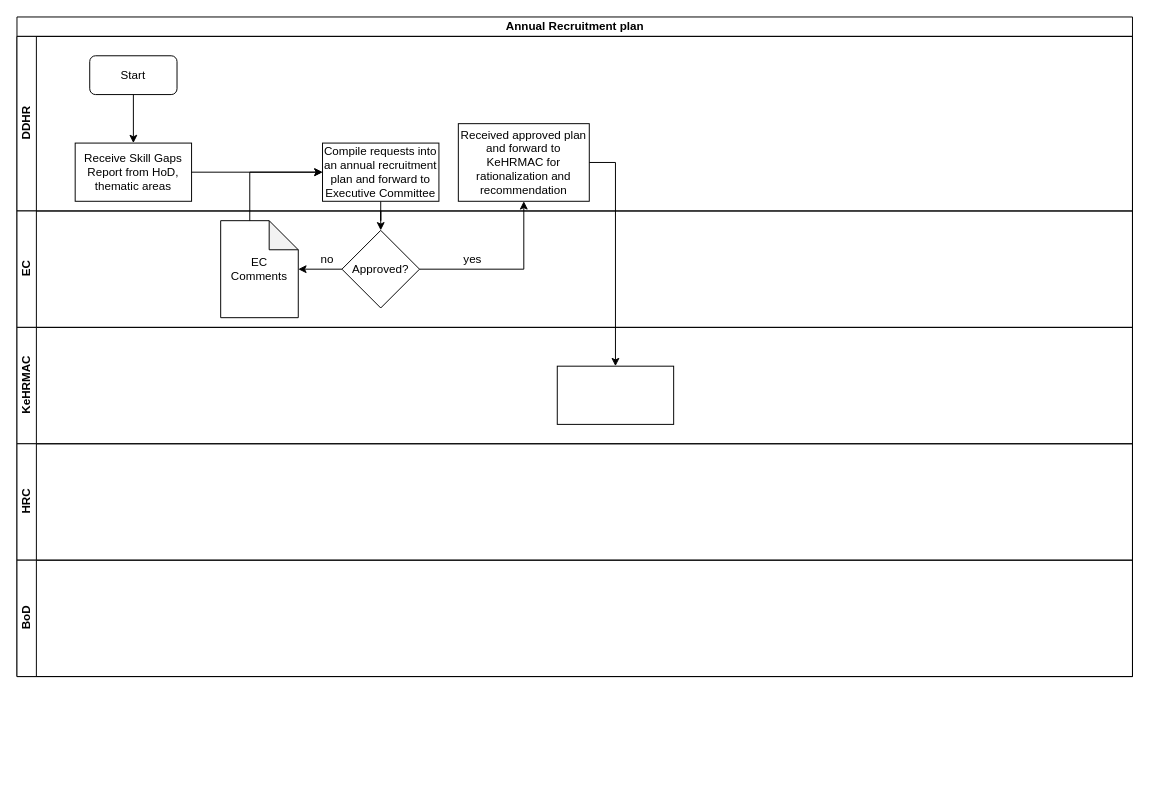
Before: KEFRI - Annual Recruitment Plan.drawio in kmagua/flowcharts, a draw.io diagram. Source tidied: cells renumbered, new cells numbered last; positions are measured from the earlier drawing's top-left corner, leaving out a move shared by most shapes. Both pictures are drawn from the tidied source at 97%, with x=0, y=0 at pixel (16, 16).
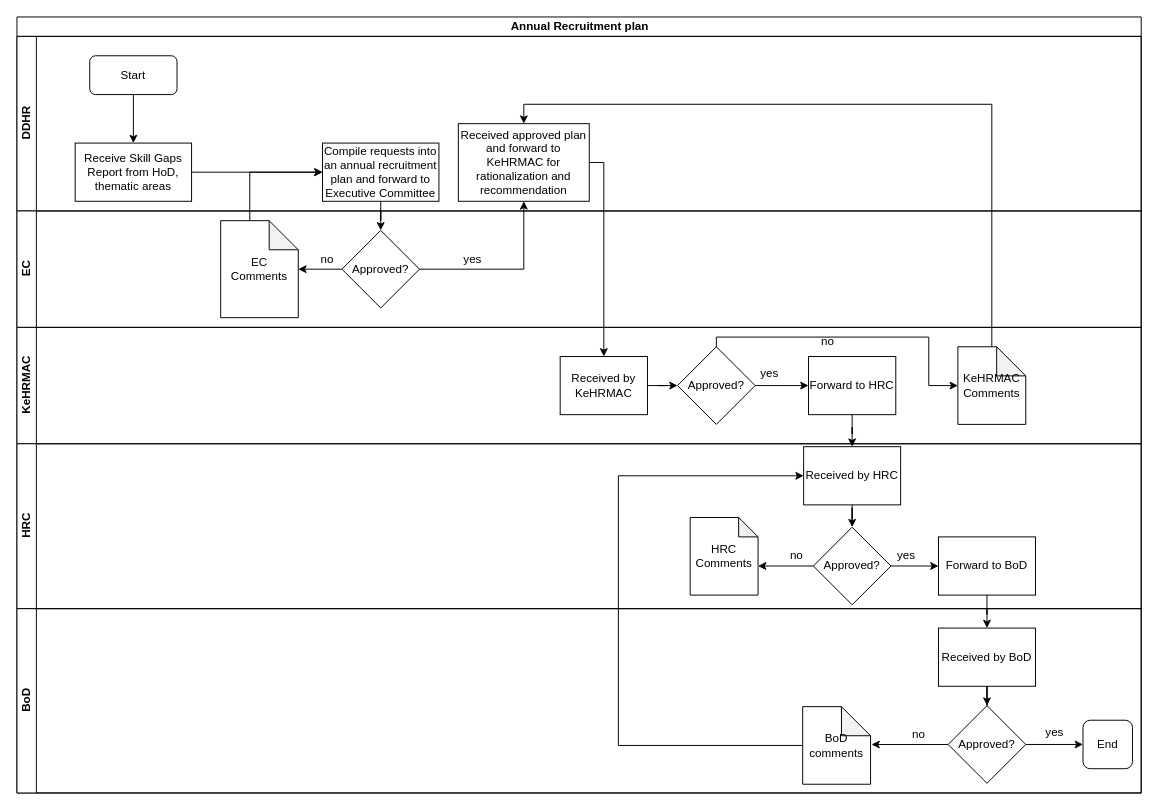
The same diagram, later.

The change refers to these unchanged cells:
```xml
<mxCell id="7" value="Received approved plan and forward to KeHRMAC for rationalization and recommendation" style="whiteSpace=wrap;html=1;rounded=0;" parent="3" vertex="1">
  <mxGeometry x="455" y="90" width="135" height="80" as="geometry" />
</mxCell>
```

Change to the diagram source:
```diff
@@
     <mxCell id="2" value="Annual Recruitment plan" style="swimlane;html=1;horizontal=1;startSize=20;" parent="1" vertex="1">
-      <mxGeometry width="1150" height="680" as="geometry" />
+      <mxGeometry width="1159" height="800" as="geometry" />
     </mxCell>
     <mxCell id="3" value="DDHR" style="swimlane;html=1;startSize=20;horizontal=0;" parent="2" vertex="1">
-      <mxGeometry y="20" width="1150" height="180" as="geometry" />
+      <mxGeometry y="20" width="1159" height="180" as="geometry" />
     </mxCell>
@@
     <mxCell id="8" value="EC" style="swimlane;html=1;startSize=20;horizontal=0;" parent="2" vertex="1">
-      <mxGeometry y="200" width="1150" height="120" as="geometry" />
+      <mxGeometry y="200" width="1159" height="120" as="geometry" />
     </mxCell>
@@
     <mxCell id="14" value="KeHRMAC" style="swimlane;html=1;startSize=20;horizontal=0;" parent="2" vertex="1">
-      <mxGeometry y="320" width="1150" height="120" as="geometry" />
+      <mxGeometry y="320" width="1159" height="120" as="geometry" />
     </mxCell>
-    <mxCell id="15" style="whiteSpace=wrap;html=1;rounded=0;" parent="14" vertex="1">
-      <mxGeometry x="557" y="40" width="120" height="60" as="geometry" />
-    </mxCell>
+    <mxCell id="24" value="yes" style="text;html=1;strokeColor=none;fillColor=none;align=center;verticalAlign=middle;whiteSpace=wrap;rounded=0;" parent="14" vertex="1">
+      <mxGeometry x="756" y="38" width="40" height="20" as="geometry" />
+    </mxCell>
+    <mxCell id="25" value="KeHRMAC Comments" style="shape=note;whiteSpace=wrap;html=1;backgroundOutline=1;darkOpacity=0.05;" parent="14" vertex="1">
+      <mxGeometry x="970" y="20" width="70" height="80" as="geometry" />
+    </mxCell>
+    <mxCell id="26" style="edgeStyle=orthogonalEdgeStyle;rounded=0;jettySize=auto;html=1;entryX=0;entryY=0.5;entryDx=0;entryDy=0;entryPerimeter=0;exitX=0.5;exitY=0;exitDx=0;exitDy=0;" parent="14" edge="1" source="27" target="25">
+      <mxGeometry relative="1" as="geometry">
+        <Array as="points">
+          <mxPoint x="721" y="10" />
+          <mxPoint x="940" y="10" />
+          <mxPoint x="940" y="60" />
+        </Array>
+      </mxGeometry>
+    </mxCell>
+    <mxCell id="27" value="Approved?" style="rhombus;whiteSpace=wrap;html=1;" parent="14" vertex="1">
+      <mxGeometry x="681" y="20" width="80" height="80" as="geometry" />
+    </mxCell>
+    <mxCell id="28" value="Received by KeHRMAC" style="whiteSpace=wrap;html=1;" parent="14" vertex="1">
+      <mxGeometry x="560" y="30" width="90" height="60" as="geometry" />
+    </mxCell>
+    <mxCell id="29" value="no" style="text;html=1;strokeColor=none;fillColor=none;align=center;verticalAlign=middle;whiteSpace=wrap;rounded=0;" parent="14" vertex="1">
+      <mxGeometry x="816" y="5" width="40" height="20" as="geometry" />
+    </mxCell>
+    <mxCell id="30" style="edgeStyle=orthogonalEdgeStyle;rounded=0;jettySize=auto;html=1;entryX=0;entryY=0.5;entryDx=0;entryDy=0;" parent="14" edge="1" source="28" target="27">
+      <mxGeometry relative="1" as="geometry" />
+    </mxCell>
     <mxCell id="16" value="HRC" style="swimlane;html=1;startSize=20;horizontal=0;" parent="2" vertex="1">
-      <mxGeometry y="440" width="1150" height="120" as="geometry" />
+      <mxGeometry y="440" width="1159" height="170" as="geometry" />
     </mxCell>
+    <mxCell id="31" value="Approved?" style="rhombus;whiteSpace=wrap;html=1;" parent="16" vertex="1">
+      <mxGeometry x="821" y="86" width="80" height="80" as="geometry" />
+    </mxCell>
+    <mxCell id="32" value="HRC Comments" style="shape=note;whiteSpace=wrap;html=1;backgroundOutline=1;darkOpacity=0.05;size=20;" parent="16" vertex="1">
+      <mxGeometry x="694" y="76" width="70" height="80" as="geometry" />
+    </mxCell>
+    <mxCell id="33" style="edgeStyle=orthogonalEdgeStyle;rounded=0;jettySize=auto;html=1;entryX=0;entryY=0;entryDx=70;entryDy=50;entryPerimeter=0;" parent="16" edge="1" source="31" target="32">
+      <mxGeometry relative="1" as="geometry" />
+    </mxCell>
+    <mxCell id="34" value="no" style="text;html=1;strokeColor=none;fillColor=none;align=center;verticalAlign=middle;whiteSpace=wrap;rounded=0;" parent="16" vertex="1">
+      <mxGeometry x="784" y="105" width="40" height="20" as="geometry" />
+    </mxCell>
+    <mxCell id="35" value="Received by HRC" style="whiteSpace=wrap;html=1;" parent="16" vertex="1">
+      <mxGeometry x="811" y="3" width="100" height="60" as="geometry" />
+    </mxCell>
+    <mxCell id="36" style="edgeStyle=orthogonalEdgeStyle;rounded=0;jettySize=auto;html=1;entryX=0.5;entryY=0;entryDx=0;entryDy=0;" parent="16" edge="1" source="35" target="31">
+      <mxGeometry relative="1" as="geometry" />
+    </mxCell>
     <mxCell id="17" value="BoD" style="swimlane;html=1;startSize=20;horizontal=0;" parent="2" vertex="1">
-      <mxGeometry y="560" width="1150" height="120" as="geometry" />
+      <mxGeometry y="610" width="1159" height="190" as="geometry" />
     </mxCell>
+    <mxCell id="37" value="Received by BoD" style="whiteSpace=wrap;html=1;" parent="17" vertex="1">
+      <mxGeometry x="950" y="20" width="100" height="60" as="geometry" />
+    </mxCell>
+    <mxCell id="38" value="Approved?" style="rhombus;whiteSpace=wrap;html=1;" parent="17" vertex="1">
+      <mxGeometry x="960" y="100" width="80" height="80" as="geometry" />
+    </mxCell>
+    <mxCell id="39" style="edgeStyle=orthogonalEdgeStyle;rounded=0;jettySize=auto;html=1;" parent="17" edge="1" source="37" target="38">
+      <mxGeometry relative="1" as="geometry" />
+    </mxCell>
+    <mxCell id="40" value="End" style="rounded=1;whiteSpace=wrap;html=1;" parent="17" vertex="1">
+      <mxGeometry x="1099" y="115" width="51" height="50" as="geometry" />
+    </mxCell>
+    <mxCell id="41" style="edgeStyle=orthogonalEdgeStyle;rounded=0;jettySize=auto;html=1;entryX=0;entryY=0.5;entryDx=0;entryDy=0;" parent="17" edge="1" source="38" target="40">
+      <mxGeometry relative="1" as="geometry" />
+    </mxCell>
+    <mxCell id="42" value="yes" style="text;html=1;strokeColor=none;fillColor=none;align=center;verticalAlign=middle;whiteSpace=wrap;rounded=0;" parent="17" vertex="1">
+      <mxGeometry x="1050" y="118" width="40" height="20" as="geometry" />
+    </mxCell>
+    <mxCell id="43" value="BoD comments" style="shape=note;whiteSpace=wrap;html=1;backgroundOutline=1;darkOpacity=0.05;" parent="17" vertex="1">
+      <mxGeometry x="810" y="101" width="70" height="80" as="geometry" />
+    </mxCell>
+    <mxCell id="44" style="edgeStyle=orthogonalEdgeStyle;rounded=0;jettySize=auto;html=1;entryX=1.014;entryY=0.488;entryDx=0;entryDy=0;entryPerimeter=0;" parent="17" edge="1" source="38" target="43">
+      <mxGeometry relative="1" as="geometry" />
+    </mxCell>
+    <mxCell id="45" value="no" style="text;html=1;strokeColor=none;fillColor=none;align=center;verticalAlign=middle;whiteSpace=wrap;rounded=0;" parent="17" vertex="1">
+      <mxGeometry x="910" y="120" width="40" height="20" as="geometry" />
+    </mxCell>
@@
-    <mxCell id="19" style="edgeStyle=orthogonalEdgeStyle;rounded=0;jettySize=auto;html=1;entryX=0.5;entryY=0;entryDx=0;entryDy=0;" parent="2" edge="1" source="7" target="15">
-      <mxGeometry relative="1" as="geometry">
-        <Array as="points">
-          <mxPoint x="617" y="150" />
-        </Array>
-      </mxGeometry>
-    </mxCell>
+    <mxCell id="46" style="edgeStyle=orthogonalEdgeStyle;rounded=0;jettySize=auto;html=1;entryX=0.5;entryY=0;entryDx=0;entryDy=0;exitX=0.5;exitY=0;exitDx=0;exitDy=0;exitPerimeter=0;" parent="2" edge="1" source="25" target="7">
+      <mxGeometry relative="1" as="geometry">
+        <Array as="points">
+          <mxPoint x="1005" y="90" />
+          <mxPoint x="523" y="90" />
+        </Array>
+      </mxGeometry>
+    </mxCell>
+    <mxCell id="47" style="edgeStyle=orthogonalEdgeStyle;rounded=0;jettySize=auto;html=1;entryX=0.5;entryY=0;entryDx=0;entryDy=0;" parent="2" edge="1" source="7" target="28">
+      <mxGeometry relative="1" as="geometry">
+        <Array as="points">
+          <mxPoint x="605" y="150" />
+        </Array>
+      </mxGeometry>
+    </mxCell>
+    <mxCell id="48" style="edgeStyle=orthogonalEdgeStyle;rounded=0;jettySize=auto;html=1;entryX=0;entryY=0.5;entryDx=0;entryDy=0;exitX=0;exitY=0.5;exitDx=0;exitDy=0;exitPerimeter=0;" parent="2" edge="1" source="43" target="35">
+      <mxGeometry relative="1" as="geometry">
+        <Array as="points">
+          <mxPoint x="620" y="751" />
+          <mxPoint x="620" y="473" />
+        </Array>
+      </mxGeometry>
+    </mxCell>
@@
+    <mxCell id="49" style="edgeStyle=orthogonalEdgeStyle;rounded=0;jettySize=auto;html=1;entryX=0.5;entryY=0;entryDx=0;entryDy=0;" parent="1" edge="1" source="50" target="35">
+      <mxGeometry relative="1" as="geometry" />
+    </mxCell>
+    <mxCell id="50" value="Forward to HRC" style="whiteSpace=wrap;html=1;" parent="1" vertex="1">
+      <mxGeometry x="816" y="350" width="90" height="60" as="geometry" />
+    </mxCell>
+    <mxCell id="51" style="edgeStyle=orthogonalEdgeStyle;rounded=0;jettySize=auto;html=1;exitX=1;exitY=0.5;exitDx=0;exitDy=0;" parent="1" edge="1" source="27" target="50">
+      <mxGeometry relative="1" as="geometry" />
+    </mxCell>
+    <mxCell id="52" style="edgeStyle=orthogonalEdgeStyle;rounded=0;jettySize=auto;html=1;" parent="1" edge="1" source="53" target="37">
+      <mxGeometry relative="1" as="geometry" />
+    </mxCell>
+    <mxCell id="53" value="Forward to BoD" style="whiteSpace=wrap;html=1;" parent="1" vertex="1">
+      <mxGeometry x="950" y="536" width="100" height="60" as="geometry" />
+    </mxCell>
+    <mxCell id="54" style="edgeStyle=orthogonalEdgeStyle;rounded=0;jettySize=auto;html=1;" parent="1" edge="1" source="31" target="53">
+      <mxGeometry relative="1" as="geometry" />
+    </mxCell>
+    <mxCell id="55" value="yes" style="text;html=1;strokeColor=none;fillColor=none;align=center;verticalAlign=middle;whiteSpace=wrap;rounded=0;" parent="1" vertex="1">
+      <mxGeometry x="897" y="545" width="40" height="20" as="geometry" />
+    </mxCell>
```
